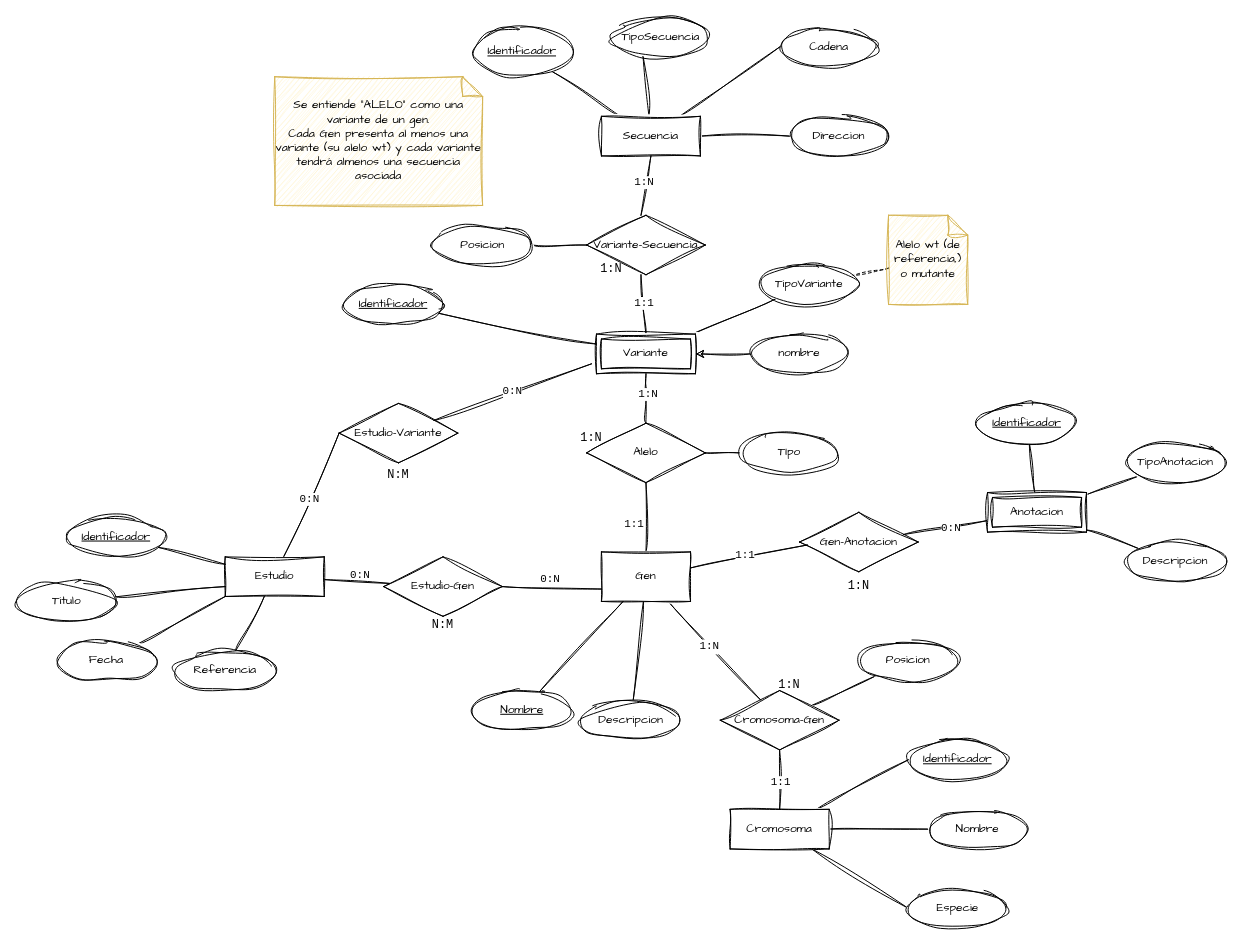
tnarrosf/unir-mubio01-grupo5 keeps this draw.io diagram as basesdatos/modelo-ER-bd-genes-2.drawio. Above is the earlier version. Source tidied: cells renumbered, new cells numbered last; positions are measured from the earlier drawing's top-left corner, leaving out a move shared by most shapes. Both pictures are drawn from the tidied source at 99%, with x=0, y=0 at pixel (17, 17).
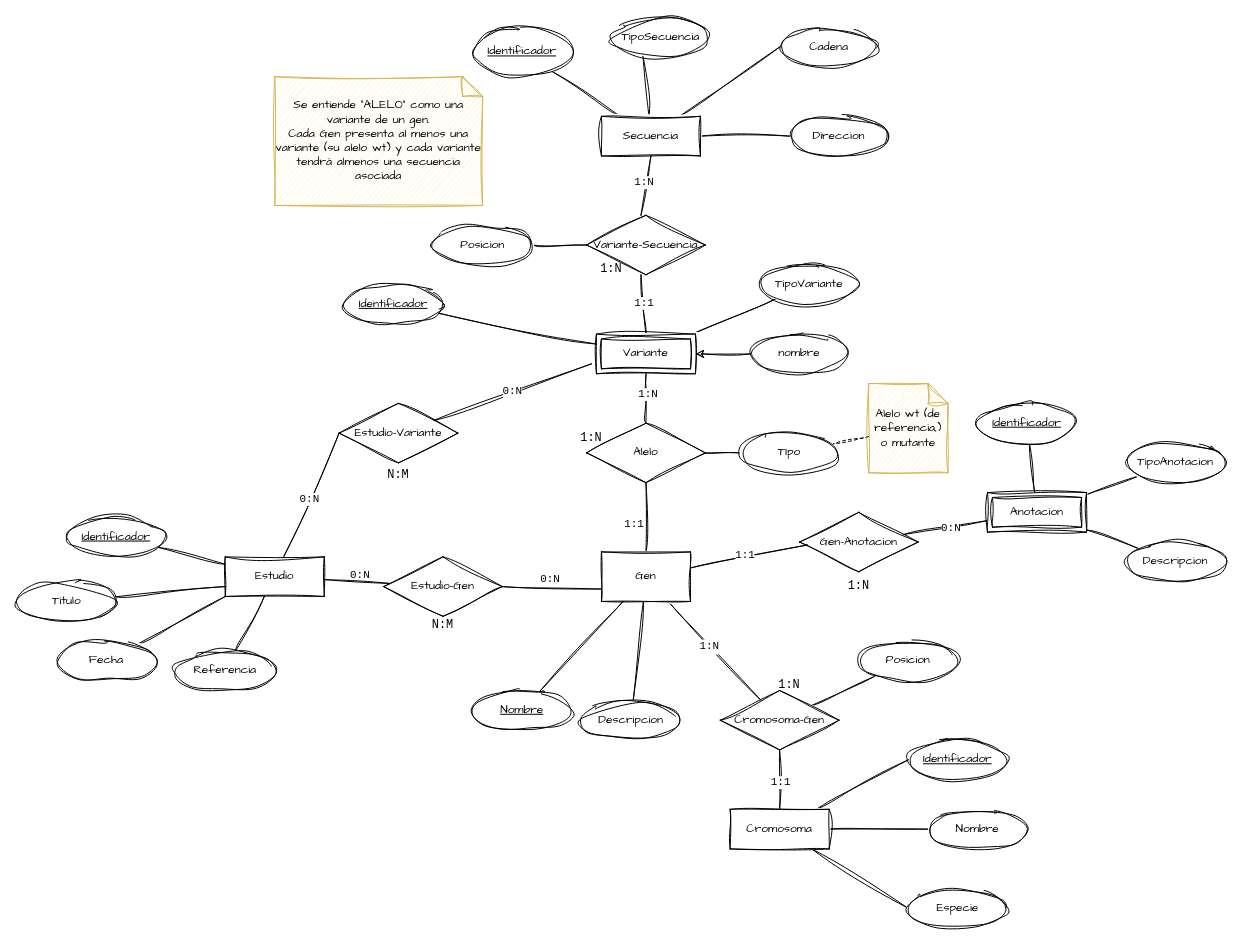
Above is the later version.

Commit message:
Completar modelo ER

Unchanged cells that the change refers to:
```xml
<mxCell id="51" value="TIpo" style="ellipse;whiteSpace=wrap;html=1;align=center;sketch=1;hachureGap=4;jiggle=2;curveFitting=1;fontFamily=Architects Daughter;" parent="1" vertex="1">
  <mxGeometry x="730" y="420" width="100" height="40" as="geometry" />
</mxCell>
<mxCell id="63" value="TipoVariante" style="ellipse;whiteSpace=wrap;html=1;align=center;sketch=1;hachureGap=4;jiggle=2;curveFitting=1;fontFamily=Architects Daughter;" parent="1" vertex="1">
  <mxGeometry x="750" y="250" width="100" height="40" as="geometry" />
</mxCell>
```

The edit, as a diff of the source:
```diff
@@
-    <mxCell id="91" style="rounded=0;sketch=1;hachureGap=4;jiggle=2;curveFitting=1;jettySize=auto;html=1;fontFamily=Architects Daughter;dashed=1;endArrow=none;endFill=0;" parent="1" edge="1" source="92" target="63">
+    <mxCell id="91" style="rounded=0;sketch=1;hachureGap=4;jiggle=2;curveFitting=1;jettySize=auto;html=1;fontFamily=Architects Daughter;dashed=1;endArrow=none;endFill=0;" parent="1" edge="1" source="92" target="51">
       <mxGeometry relative="1" as="geometry" />
     </mxCell>
     <mxCell id="92" value="Alelo wt (de referencia,) o mutante" style="shape=note;size=20;whiteSpace=wrap;html=1;sketch=1;hachureGap=4;jiggle=2;curveFitting=1;fontFamily=Architects Daughter;fillColor=#fff2cc;strokeColor=#d6b656;" parent="1" vertex="1">
-      <mxGeometry x="880" y="200" width="80" height="90" as="geometry" />
+      <mxGeometry x="860" y="370" width="80" height="90" as="geometry" />
     </mxCell>
```
